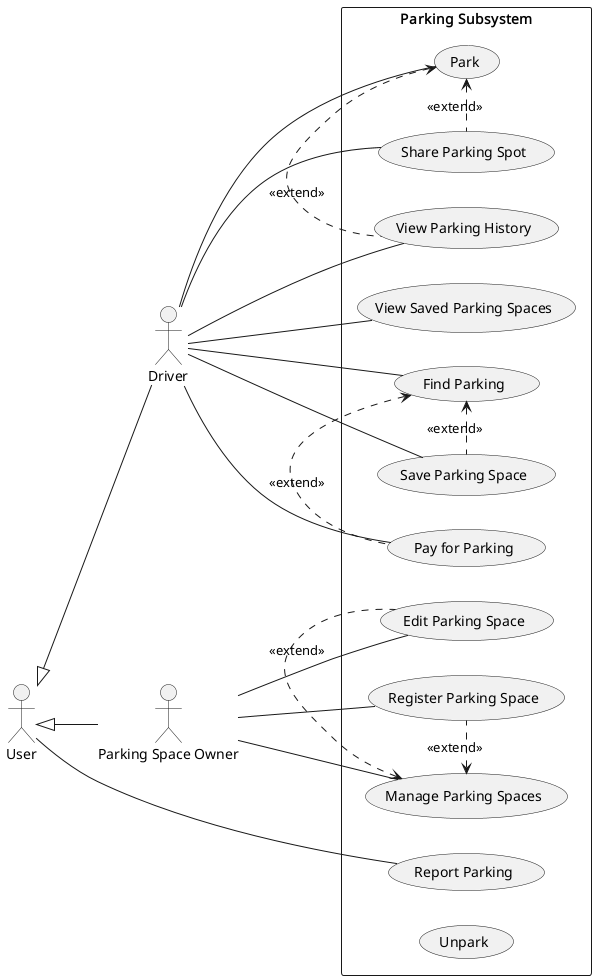
The PlantUML diagram images/use-cases-parking.png in YannisRavasopoulos/ProjectSD_S6, before a commit.
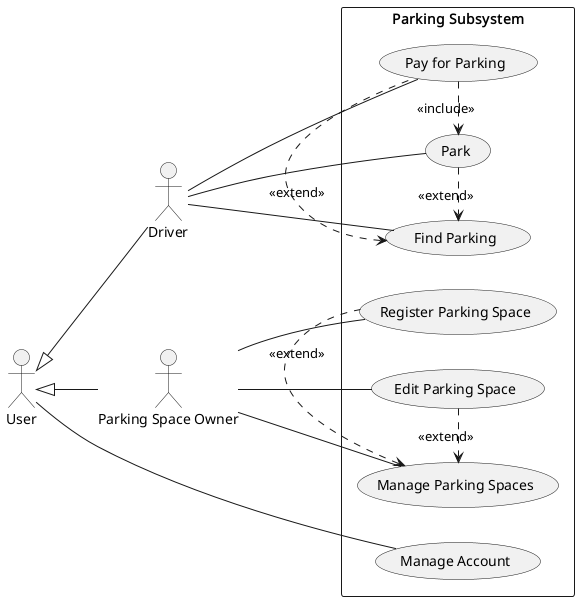
The same diagram one commit later.

Commit message:
Manage Account usecase

What changed in the source:
```diff
@@ -10,26 +10,19 @@
 left to right direction
 
 rectangle "Parking Subsystem" {
-    usecase "Report Parking"
     usecase "Park"
     usecase "Find Parking"
+    usecase "Pay for Parking"
+
+    usecase "Manage Account"
+
+    usecase "Manage Parking Spaces"
     usecase "Register Parking Space"
     usecase "Edit Parking Space"
-    usecase "Share Parking Spot"
-    usecase "View Parking History"
-    usecase "View Saved Parking Spaces"
-    usecase "Save Parking Space"
-    usecase "Pay for Parking"
-    usecase "Manage Parking Spaces"
-    usecase "Unpark"
 }
 
-"User" -- "Report Parking"
+"User" -- "Manage Account"
 
-"Driver" -- "View Saved Parking Spaces"
-"Driver" -- "Save Parking Space"
-"Driver" -- "View Parking History"
-"Driver" -- "Share Parking Spot"
 "Driver" -- "Find Parking"
 "Driver" -- "Park"
 "Driver" -- "Pay for Parking"
@@ -38,13 +31,13 @@
 "Parking Space Owner" -- "Edit Parking Space"
 "Parking Space Owner" -- "Manage Parking Spaces"
 
-"Find Parking" <. "Save Parking Space": "<<extend>>"
-"Find Parking" <. "Pay for Parking": "<<extend>>"
+"Find Parking" <.-left- "Park": "<<extend>>"
+"Find Parking" <.-right- "Pay for Parking": "<<extend>>"
+"Pay for Parking" -right-.> "Park": "<<include>>"
 
-"Park" <. "Share Parking Spot": "<<extend>>"
-"Park" <. "View Parking History": "<<extend>>"
+"Manage Parking Spaces" <.-left- "Edit Parking Space": "<<extend>>"
+"Manage Parking Spaces" <.-right- "Register Parking Space": "<<extend>>"
 
-"Manage Parking Spaces" <. "Edit Parking Space": "<<extend>>"
-"Manage Parking Spaces" <. "Register Parking Space": "<<extend>>"
+
 
 @enduml
```
